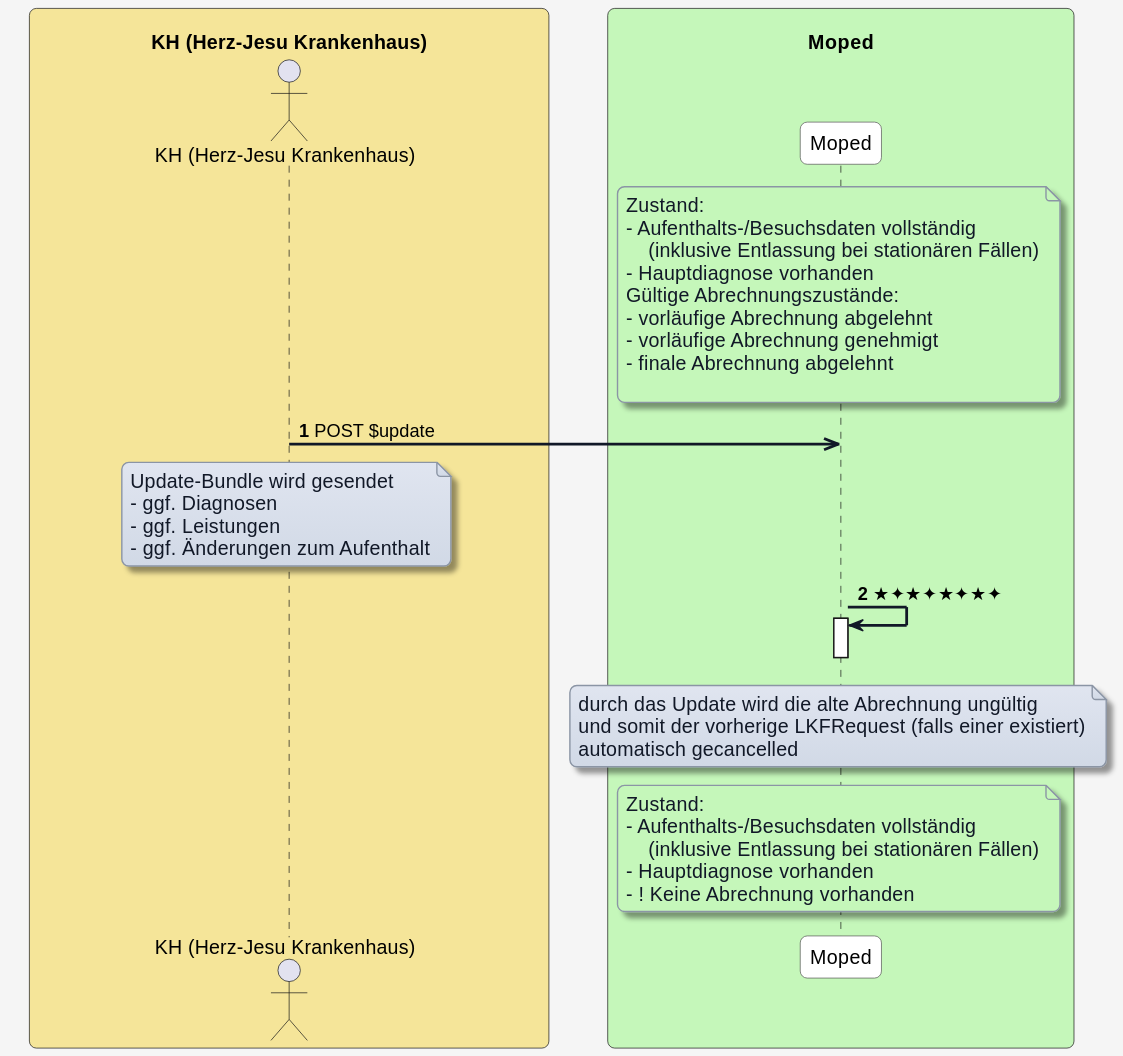
Earlier version of the PlantUML export input/images/plantuml/moped-fall-abrechnen/update-aenderung-nach-abrechnung.svg (HL7Austria/ELGA-MOPED-R5).
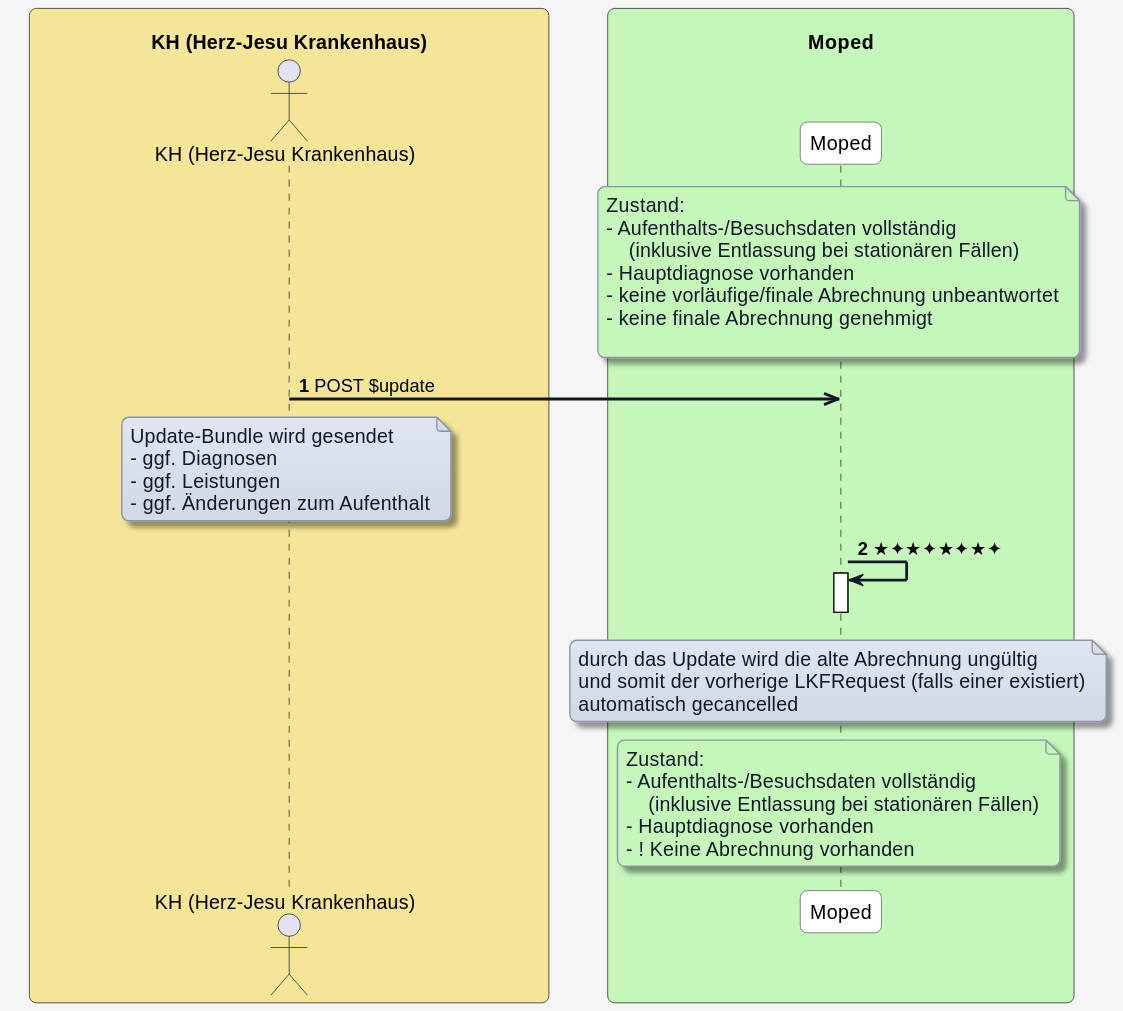
After the commit.

Change to the diagram source:
```diff
@@ -54,10 +54,8 @@
 - Aufenthalts-/Besuchsdaten vollständig
     (inklusive Entlassung bei stationären Fällen)
 - Hauptdiagnose vorhanden
-Gültige Abrechnungszustände:
-- vorläufige Abrechnung abgelehnt
-- vorläufige Abrechnung genehmigt
-- finale Abrechnung abgelehnt
+- keine vorläufige/finale Abrechnung unbeantwortet
+- keine finale Abrechnung genehmigt
 
 end note
 
```
